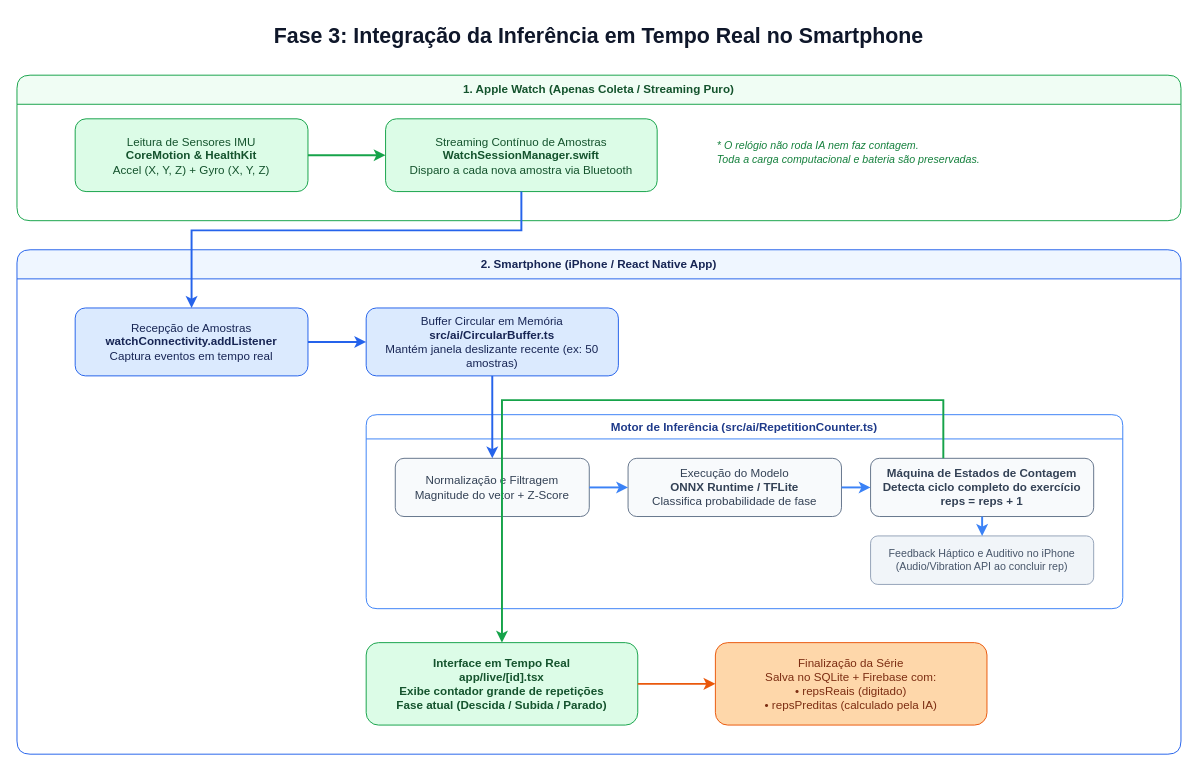
This is docs/roadmap/fase-3-integracao-tempo-real-smartphone.drawio from Joueph/tcc_gymBeatDataCollection, a draw.io file, before an edit. Source tidied: cells renumbered, new cells numbered last; positions are measured from the earlier drawing's top-left corner, leaving out a move shared by most shapes. Both pictures are drawn from the tidied source at 97%, with x=0, y=0 at pixel (16, 16).
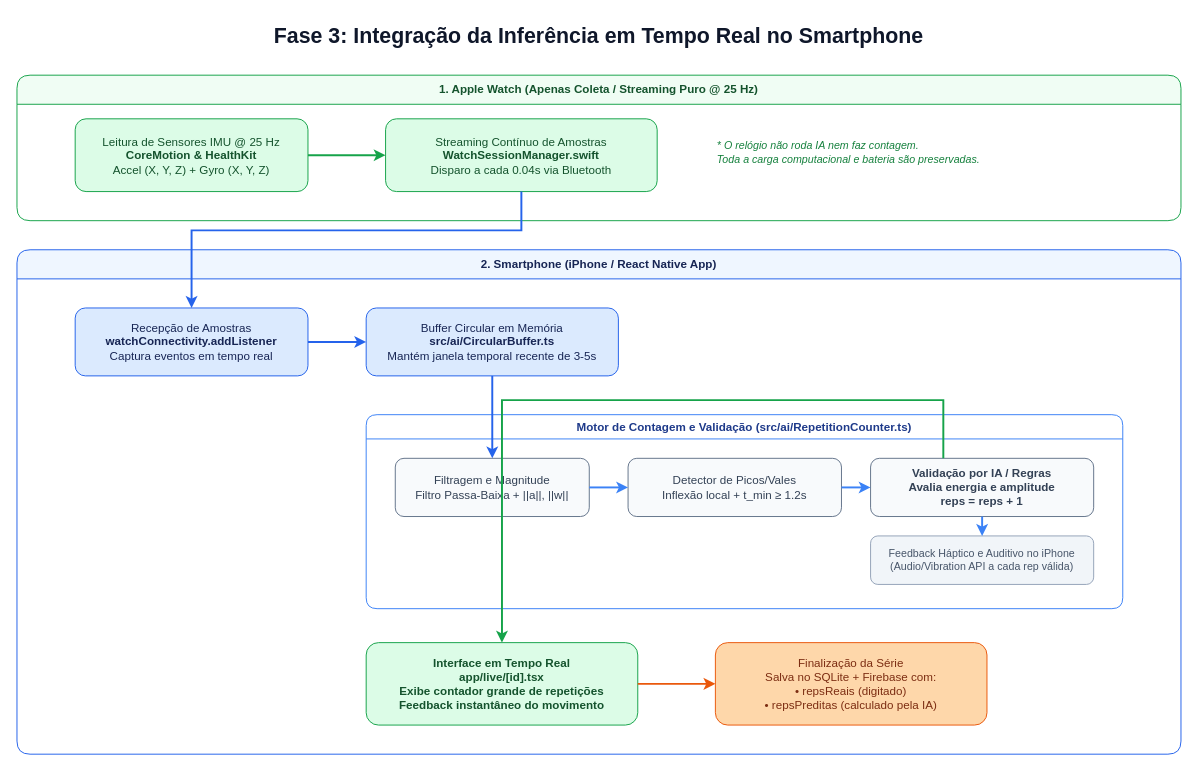
Above is the later version.

Unchanged cells that the change refers to:
```xml
<mxCell id="7" value="2. Smartphone (iPhone / React Native App)" style="swimlane;html=1;startSize=30;horizontal=1;rounded=1;whiteSpace=wrap;fillColor=#eff6ff;strokeColor=#2563eb;fontColor=#172554;fontStyle=1;" parent="1" vertex="1">
  <mxGeometry y="240" width="1200" height="520" as="geometry" />
</mxCell>
```

Change to the diagram source:
```diff
@@
-    <mxCell id="3" value="1. Apple Watch (Apenas Coleta / Streaming Puro)" style="swimlane;html=1;startSize=30;horizontal=1;rounded=1;whiteSpace=wrap;fillColor=#f0fdf4;strokeColor=#16a34a;fontColor=#14532d;fontStyle=1;" parent="1" vertex="1">
+    <mxCell id="3" value="1. Apple Watch (Apenas Coleta / Streaming Puro @ 25 Hz)" style="swimlane;html=1;startSize=30;horizontal=1;rounded=1;whiteSpace=wrap;fillColor=#f0fdf4;strokeColor=#16a34a;fontColor=#14532d;fontStyle=1;" parent="1" vertex="1">
       <mxGeometry y="60" width="1200" height="150" as="geometry" />
     </mxCell>
-    <mxCell id="4" value="Leitura de Sensores IMU&lt;br&gt;&lt;b&gt;CoreMotion &amp; HealthKit&lt;/b&gt;&lt;br&gt;Accel (X, Y, Z) + Gyro (X, Y, Z)" style="rounded=1;whiteSpace=wrap;html=1;fillColor=#dcfce7;strokeColor=#16a34a;fontColor=#14532d;" parent="3" vertex="1">
+    <mxCell id="4" value="Leitura de Sensores IMU @ 25 Hz&lt;br&gt;&lt;b&gt;CoreMotion &amp; HealthKit&lt;/b&gt;&lt;br&gt;Accel (X, Y, Z) + Gyro (X, Y, Z)" style="rounded=1;whiteSpace=wrap;html=1;fillColor=#dcfce7;strokeColor=#16a34a;fontColor=#14532d;" parent="3" vertex="1">
       <mxGeometry x="60" y="45" width="240" height="75" as="geometry" />
     </mxCell>
-    <mxCell id="5" value="Streaming Contínuo de Amostras&lt;br&gt;&lt;b&gt;WatchSessionManager.swift&lt;/b&gt;&lt;br&gt;Disparo a cada nova amostra via Bluetooth" style="rounded=1;whiteSpace=wrap;html=1;fillColor=#dcfce7;strokeColor=#16a34a;fontColor=#14532d;" parent="3" vertex="1">
+    <mxCell id="5" value="Streaming Contínuo de Amostras&lt;br&gt;&lt;b&gt;WatchSessionManager.swift&lt;/b&gt;&lt;br&gt;Disparo a cada 0.04s via Bluetooth" style="rounded=1;whiteSpace=wrap;html=1;fillColor=#dcfce7;strokeColor=#16a34a;fontColor=#14532d;" parent="3" vertex="1">
       <mxGeometry x="380" y="45" width="280" height="75" as="geometry" />
     </mxCell>
@@
-    <mxCell id="9" value="Buffer Circular em Memória&lt;br&gt;&lt;b&gt;src/ai/CircularBuffer.ts&lt;/b&gt;&lt;br&gt;Mantém janela deslizante recente (ex: 50 amostras)" style="rounded=1;whiteSpace=wrap;html=1;fillColor=#dbeafe;strokeColor=#2563eb;fontColor=#172554;" parent="7" vertex="1">
+    <mxCell id="9" value="Buffer Circular em Memória&lt;br&gt;&lt;b&gt;src/ai/CircularBuffer.ts&lt;/b&gt;&lt;br&gt;Mantém janela temporal recente de 3-5s" style="rounded=1;whiteSpace=wrap;html=1;fillColor=#dbeafe;strokeColor=#2563eb;fontColor=#172554;" parent="7" vertex="1">
       <mxGeometry x="360" y="60" width="260" height="70" as="geometry" />
     </mxCell>
-    <mxCell id="10" value="Motor de Inferência (src/ai/RepetitionCounter.ts)" style="swimlane;html=1;startSize=25;rounded=1;whiteSpace=wrap;fillColor=#ffffff;strokeColor=#3b82f6;fontColor=#1e3a8a;fontStyle=1;" parent="7" vertex="1">
+    <mxCell id="10" value="Motor de Contagem e Validação (src/ai/RepetitionCounter.ts)" style="swimlane;html=1;startSize=25;rounded=1;whiteSpace=wrap;fillColor=#ffffff;strokeColor=#3b82f6;fontColor=#1e3a8a;fontStyle=1;" parent="7" vertex="1">
       <mxGeometry x="360" y="170" width="780" height="200" as="geometry" />
     </mxCell>
-    <mxCell id="11" value="Normalização e Filtragem&lt;br&gt;Magnitude do vetor + Z-Score" style="rounded=1;whiteSpace=wrap;html=1;fillColor=#f8fafc;strokeColor=#64748b;fontColor=#334155;" parent="10" vertex="1">
+    <mxCell id="11" value="Filtragem e Magnitude&lt;br&gt;Filtro Passa-Baixa + ||a||, ||w||" style="rounded=1;whiteSpace=wrap;html=1;fillColor=#f8fafc;strokeColor=#64748b;fontColor=#334155;" parent="10" vertex="1">
       <mxGeometry x="30" y="45" width="200" height="60" as="geometry" />
     </mxCell>
-    <mxCell id="12" value="Execução do Modelo&lt;br&gt;&lt;b&gt;ONNX Runtime / TFLite&lt;/b&gt;&lt;br&gt;Classifica probabilidade de fase" style="rounded=1;whiteSpace=wrap;html=1;fillColor=#f8fafc;strokeColor=#64748b;fontColor=#334155;" parent="10" vertex="1">
-      <mxGeometry x="270" y="45" width="220" height="60" as="geometry" />
-    </mxCell>
-    <mxCell id="13" value="Máquina de Estados de Contagem&lt;br&gt;Detecta ciclo completo do exercício&lt;br&gt;&lt;b&gt;reps = reps + 1&lt;/b&gt;" style="rounded=1;whiteSpace=wrap;html=1;fillColor=#f8fafc;strokeColor=#64748b;fontColor=#334155;fontStyle=1;" parent="10" vertex="1">
-      <mxGeometry x="520" y="45" width="230" height="60" as="geometry" />
-    </mxCell>
+    <mxCell id="26" value="Detector de Picos/Vales&lt;br&gt;Inflexão local + t_min ≥ 1.2s" style="rounded=1;whiteSpace=wrap;html=1;fillColor=#f8fafc;strokeColor=#64748b;fontColor=#334155;" parent="10" vertex="1">
+      <mxGeometry x="270" y="45" width="220" height="60" as="geometry" />
+    </mxCell>
+    <mxCell id="27" value="Validação por IA / Regras&lt;br&gt;Avalia energia e amplitude&lt;br&gt;&lt;b&gt;reps = reps + 1&lt;/b&gt;" style="rounded=1;whiteSpace=wrap;html=1;fillColor=#f8fafc;strokeColor=#64748b;fontColor=#334155;fontStyle=1;" parent="10" vertex="1">
+      <mxGeometry x="520" y="45" width="230" height="60" as="geometry" />
+    </mxCell>
-    <mxCell id="14" value="Feedback Háptico e Auditivo no iPhone (Audio/Vibration API ao concluir rep)" style="rounded=1;whiteSpace=wrap;html=1;fillColor=#f1f5f9;strokeColor=#94a3b8;fontColor=#475569;fontSize=11;" parent="10" vertex="1">
+    <mxCell id="14" value="Feedback Háptico e Auditivo no iPhone (Audio/Vibration API a cada rep válida)" style="rounded=1;whiteSpace=wrap;html=1;fillColor=#f1f5f9;strokeColor=#94a3b8;fontColor=#475569;fontSize=11;" parent="10" vertex="1">
       <mxGeometry x="520" y="125" width="230" height="50" as="geometry" />
     </mxCell>
-    <mxCell id="15" value="Interface em Tempo Real&lt;br&gt;&lt;b&gt;app/live/[id].tsx&lt;/b&gt;&lt;br&gt;Exibe contador grande de repetições&lt;br&gt;Fase atual (Descida / Subida / Parado)" style="rounded=1;whiteSpace=wrap;html=1;fillColor=#dcfce7;strokeColor=#16a34a;fontColor=#14532d;fontStyle=1;" parent="7" vertex="1">
+    <mxCell id="15" value="Interface em Tempo Real&lt;br&gt;&lt;b&gt;app/live/[id].tsx&lt;/b&gt;&lt;br&gt;Exibe contador grande de repetições&lt;br&gt;Feedback instantâneo do movimento" style="rounded=1;whiteSpace=wrap;html=1;fillColor=#dcfce7;strokeColor=#16a34a;fontColor=#14532d;fontStyle=1;" parent="7" vertex="1">
       <mxGeometry x="360" y="405" width="280" height="85" as="geometry" />
     </mxCell>
@@
-    <mxCell id="21" style="edgeStyle=orthogonalEdgeStyle;rounded=0;html=1;strokeColor=#3b82f6;strokeWidth=2;" parent="1" edge="1" source="11" target="12">
+    <mxCell id="21" style="edgeStyle=orthogonalEdgeStyle;rounded=0;html=1;strokeColor=#3b82f6;strokeWidth=2;" parent="1" edge="1" source="11" target="26">
       <mxGeometry relative="1" as="geometry" />
     </mxCell>
-    <mxCell id="22" style="edgeStyle=orthogonalEdgeStyle;rounded=0;html=1;strokeColor=#3b82f6;strokeWidth=2;" parent="1" edge="1" source="12" target="13">
+    <mxCell id="22" style="edgeStyle=orthogonalEdgeStyle;rounded=0;html=1;strokeColor=#3b82f6;strokeWidth=2;" parent="1" edge="1" source="26" target="27">
       <mxGeometry relative="1" as="geometry" />
     </mxCell>
-    <mxCell id="23" style="edgeStyle=orthogonalEdgeStyle;rounded=0;html=1;strokeColor=#3b82f6;strokeWidth=2;" parent="1" edge="1" source="13" target="14">
+    <mxCell id="23" style="edgeStyle=orthogonalEdgeStyle;rounded=0;html=1;strokeColor=#3b82f6;strokeWidth=2;" parent="1" edge="1" source="27" target="14">
       <mxGeometry relative="1" as="geometry" />
     </mxCell>
-    <mxCell id="24" style="edgeStyle=orthogonalEdgeStyle;rounded=0;html=1;strokeColor=#16a34a;strokeWidth=2;" parent="1" edge="1" source="13" target="15">
+    <mxCell id="24" style="edgeStyle=orthogonalEdgeStyle;rounded=0;html=1;strokeColor=#16a34a;strokeWidth=2;" parent="1" edge="1" source="27" target="15">
       <mxGeometry relative="1" as="geometry">
         <Array as="points">
           <mxPoint x="955" y="395" />
           <mxPoint x="500" y="395" />
         </Array>
       </mxGeometry>
     </mxCell>
```
